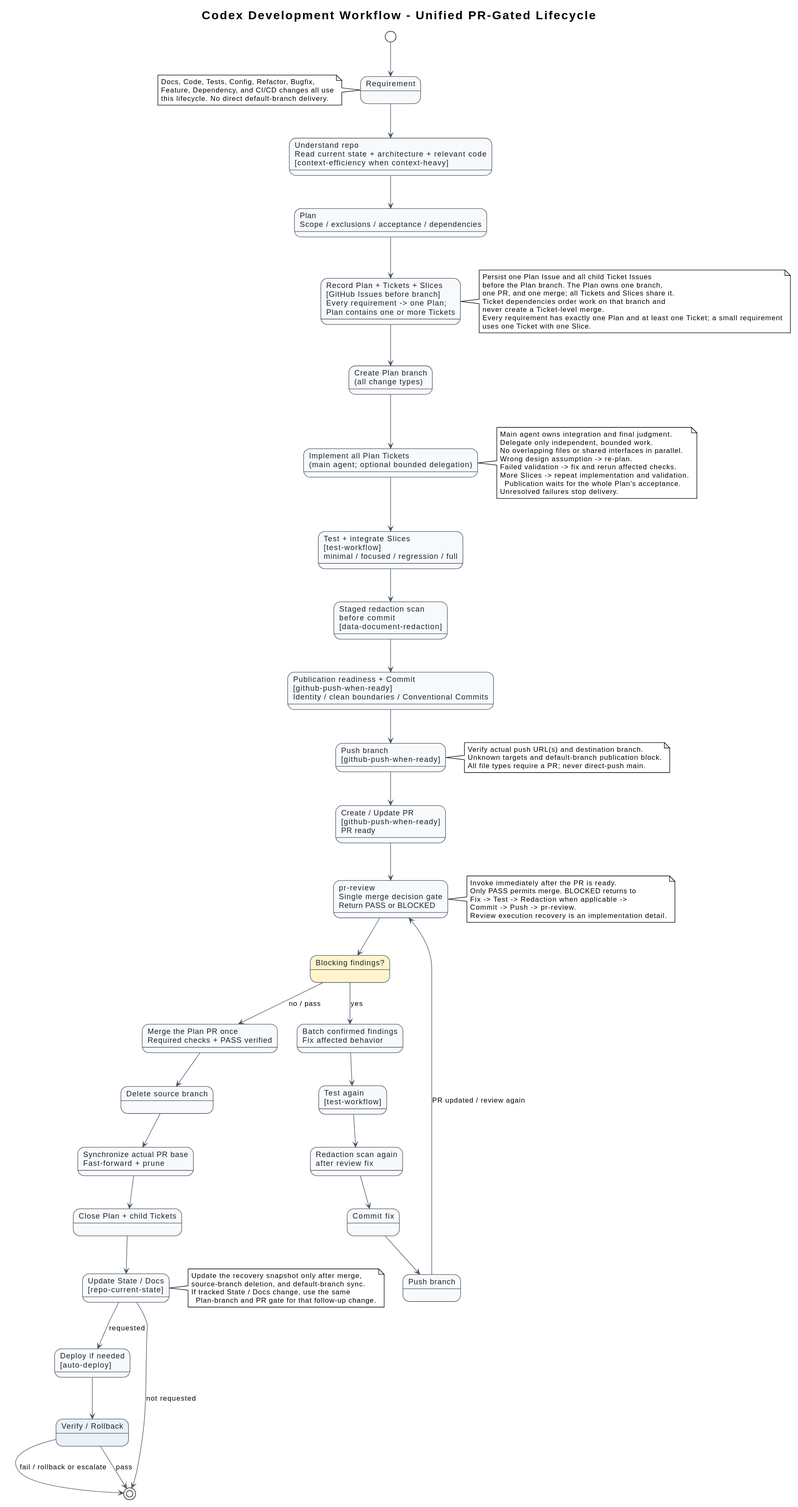
The PlantUML diagram docs/diagrams/architecture.svg in i-zrhe2016/codex-development-workflow, before a commit.
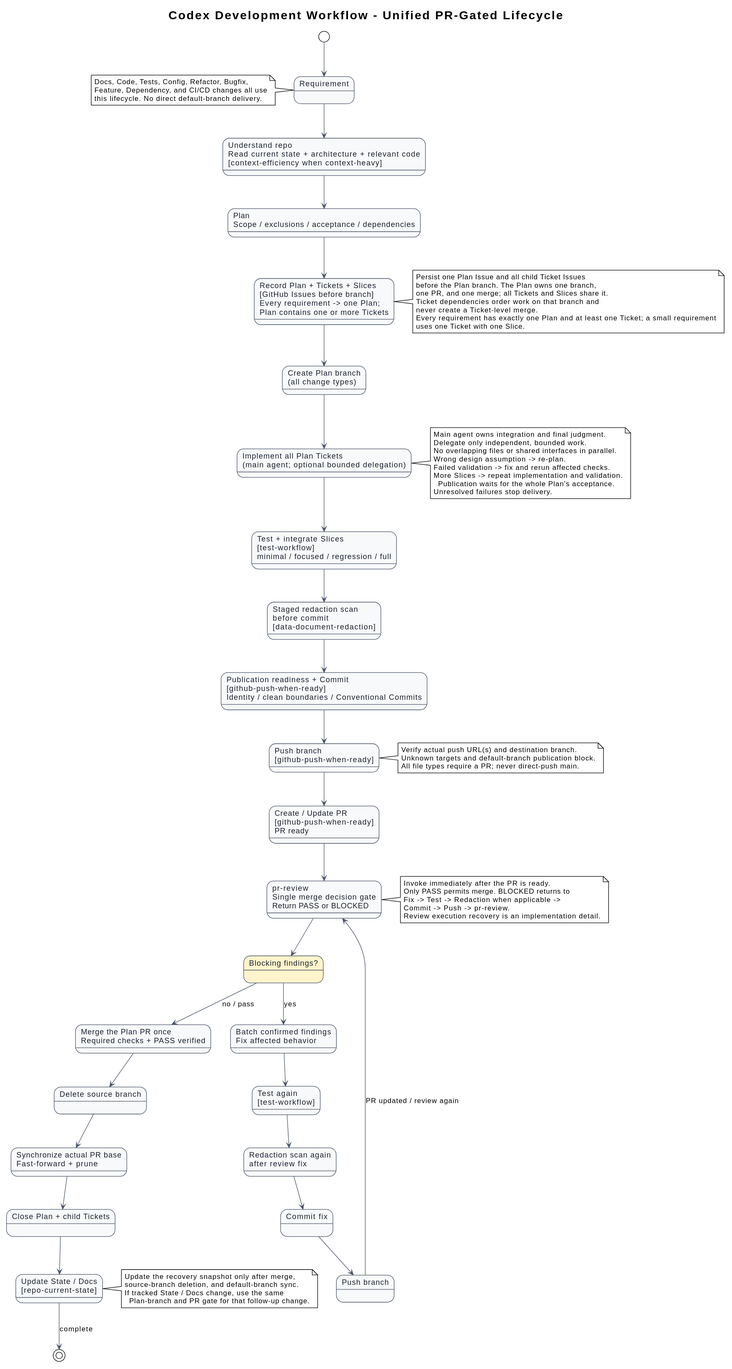
Above is the later version.

What changed in the source:
```diff
@@ -35,8 +35,6 @@
 state "Synchronize actual PR base\nFast-forward + prune" as update_main
 state "Close Plan + child Tickets" as close_ticket
 state "Update State / Docs\n[repo-current-state]" as state_docs
-state "Deploy if needed\n[auto-deploy]" as deploy
-state "Verify / Rollback" as verify #EAF2F8
 
 [*] --> requirement
 requirement --> understand
@@ -62,11 +60,7 @@
 delete_branch --> update_main
 update_main --> close_ticket
 close_ticket --> state_docs
-state_docs --> deploy : requested
-state_docs --> [*] : not requested
-deploy --> verify
-verify --> [*] : pass
-verify --> [*] : fail / rollback or escalate
+state_docs --> [*] : complete
 
 note right of decompose
 Persist one Plan Issue and all child Ticket Issues
```
